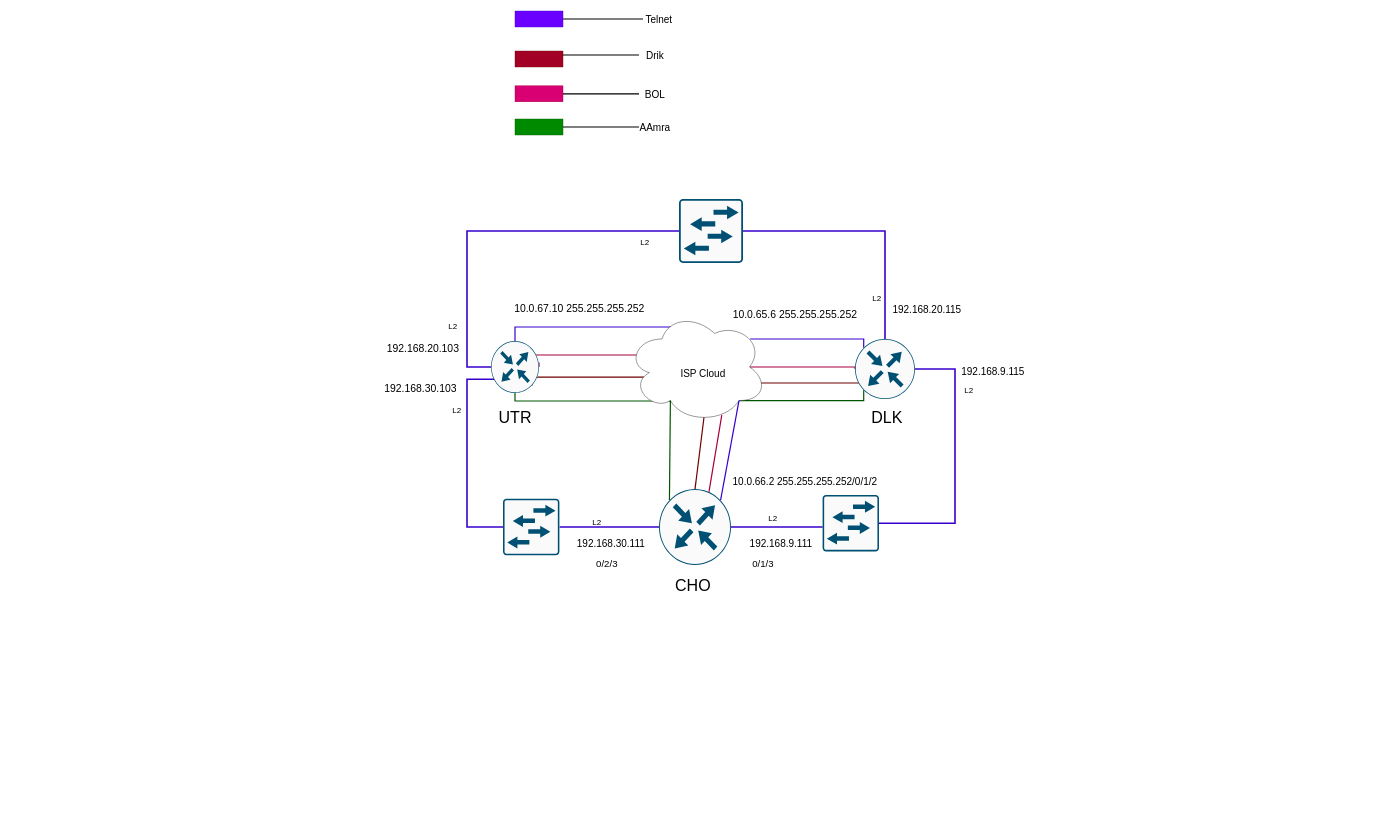
This is Untitled Diagram.drawio from touhidece/prtg-addons, a draw.io file, before an edit. Source tidied: cells renumbered, new cells numbered last; positions are measured from the earlier drawing's top-left corner, leaving out a move shared by most shapes. Both pictures are drawn from the tidied source at 40%, with x=0, y=0 at pixel (369, 7).
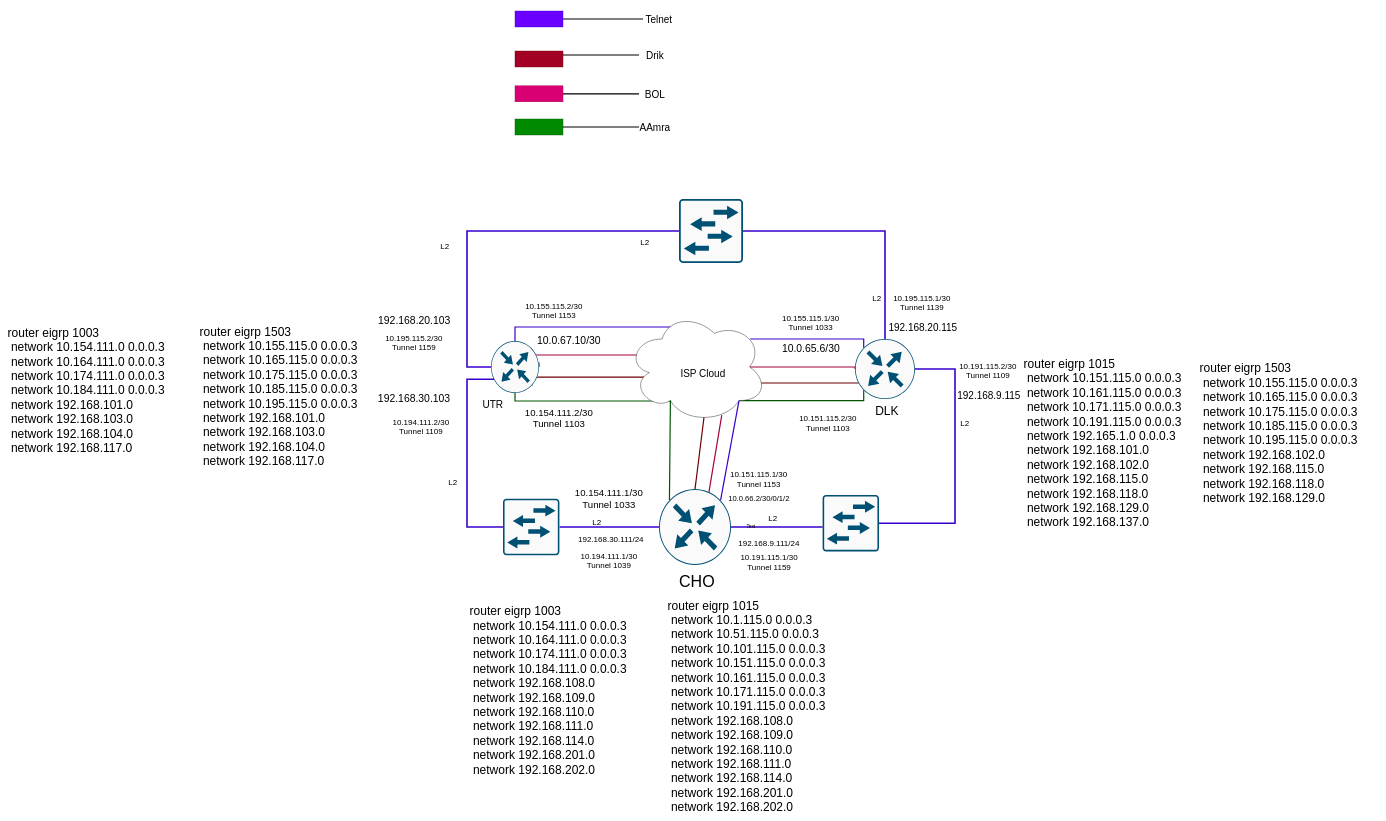
The same diagram, later.

Diff of the diagram source:
```diff
@@
     <mxCell id="28" value="&lt;font style=&quot;font-size: 40px&quot;&gt;CHO&lt;/font&gt;" style="text;html=1;strokeColor=none;fillColor=none;align=center;verticalAlign=middle;whiteSpace=wrap;rounded=0;" parent="1" vertex="1">
-      <mxGeometry x="765" y="1410" width="90" height="70" as="geometry" />
+      <mxGeometry x="775" y="1400" width="90" height="70" as="geometry" />
     </mxCell>
-    <mxCell id="29" value="&lt;font style=&quot;font-size: 40px&quot;&gt;DLK&lt;/font&gt;" style="text;html=1;strokeColor=none;fillColor=none;align=center;verticalAlign=middle;whiteSpace=wrap;rounded=0;" parent="1" vertex="1">
-      <mxGeometry x="1245" y="990" width="100" height="70" as="geometry" />
+    <mxCell id="29" value="&lt;font style=&quot;font-size: 30px&quot;&gt;DLK&lt;/font&gt;" style="text;html=1;strokeColor=none;fillColor=none;align=center;verticalAlign=middle;whiteSpace=wrap;rounded=0;" parent="1" vertex="1">
+      <mxGeometry x="1245" y="990" width="100" height="40" as="geometry" />
     </mxCell>
-    <mxCell id="30" value="&lt;font style=&quot;font-size: 40px&quot;&gt;UTR&lt;/font&gt;" style="text;html=1;strokeColor=none;fillColor=none;align=center;verticalAlign=middle;whiteSpace=wrap;rounded=0;" parent="1" vertex="1">
-      <mxGeometry x="315.5" y="995" width="99" height="60" as="geometry" />
+    <mxCell id="30" value="&lt;font style=&quot;font-size: 25px&quot;&gt;UTR&lt;/font&gt;" style="text;html=1;strokeColor=none;fillColor=none;align=center;verticalAlign=middle;whiteSpace=wrap;rounded=0;" parent="1" vertex="1">
+      <mxGeometry x="269.5" y="980" width="79.5" height="25" as="geometry" />
     </mxCell>
     <mxCell id="31" value="&lt;font style=&quot;font-size: 20px&quot;&gt;L2&lt;/font&gt;" style="text;html=1;strokeColor=none;fillColor=none;align=center;verticalAlign=middle;whiteSpace=wrap;rounded=0;" parent="1" vertex="1">
-      <mxGeometry x="1475" y="940" width="50" height="35" as="geometry" />
+      <mxGeometry x="1465" y="1022.5" width="50" height="35" as="geometry" />
     </mxCell>
@@
     <mxCell id="34" value="&lt;font style=&quot;font-size: 20px&quot;&gt;L2&lt;/font&gt;" style="text;html=1;strokeColor=none;fillColor=none;align=center;verticalAlign=middle;whiteSpace=wrap;rounded=0;" parent="1" vertex="1">
-      <mxGeometry x="195" y="989" width="50" height="35" as="geometry" />
+      <mxGeometry x="185" y="1170" width="50" height="35" as="geometry" />
     </mxCell>
     <mxCell id="35" value="&lt;font style=&quot;font-size: 20px&quot;&gt;L2&lt;/font&gt;" style="text;html=1;strokeColor=none;fillColor=none;align=center;verticalAlign=middle;whiteSpace=wrap;rounded=0;" parent="1" vertex="1">
-      <mxGeometry x="185" y="780" width="50" height="35" as="geometry" />
+      <mxGeometry x="165" y="580" width="50" height="35" as="geometry" />
     </mxCell>
@@
-    <mxCell id="50" value="&lt;font style=&quot;font-size: 25px&quot;&gt;192.168.9.111&lt;/font&gt;" style="text;html=1;strokeColor=none;fillColor=none;align=center;verticalAlign=middle;whiteSpace=wrap;rounded=0;strokeWidth=8;" parent="1" vertex="1">
-      <mxGeometry x="955" y="1321.5" width="150" height="39.5" as="geometry" />
+    <mxCell id="50" value="&lt;font style=&quot;font-size: 20px&quot;&gt;192.168.9.111/24&lt;/font&gt;" style="text;html=1;strokeColor=none;fillColor=none;align=center;verticalAlign=middle;whiteSpace=wrap;rounded=0;strokeWidth=8;" parent="1" vertex="1">
+      <mxGeometry x="925" y="1321.5" width="150" height="39.5" as="geometry" />
     </mxCell>
-    <mxCell id="51" value="&lt;font style=&quot;font-size: 24px&quot;&gt;0/1/3&lt;/font&gt;" style="text;html=1;strokeColor=none;fillColor=none;align=center;verticalAlign=middle;whiteSpace=wrap;rounded=0;" parent="1" vertex="1">
-      <mxGeometry x="965" y="1382" width="40" height="20" as="geometry" />
-    </mxCell>
-    <mxCell id="52" value="&lt;font style=&quot;font-size: 25px&quot;&gt;192.168.30.111&lt;/font&gt;" style="text;html=1;strokeColor=none;fillColor=none;align=center;verticalAlign=middle;whiteSpace=wrap;rounded=0;strokeWidth=8;" parent="1" vertex="1">
-      <mxGeometry x="515" y="1321.5" width="180" height="39.5" as="geometry" />
+    <mxCell id="52" value="&lt;font style=&quot;font-size: 20px&quot;&gt;&lt;font style=&quot;font-size: 20px&quot;&gt;192.168.30.111&lt;/font&gt;&lt;font style=&quot;font-size: 20px&quot;&gt;/24&lt;/font&gt;&lt;/font&gt;" style="text;html=1;strokeColor=none;fillColor=none;align=center;verticalAlign=middle;whiteSpace=wrap;rounded=0;strokeWidth=8;" parent="1" vertex="1">
+      <mxGeometry x="515" y="1310" width="180" height="39.5" as="geometry" />
     </mxCell>
-    <mxCell id="53" value="&lt;font style=&quot;font-size: 24px&quot;&gt;0/2/3&lt;/font&gt;" style="text;html=1;strokeColor=none;fillColor=none;align=center;verticalAlign=middle;whiteSpace=wrap;rounded=0;" parent="1" vertex="1">
-      <mxGeometry x="545" y="1382" width="100" height="20" as="geometry" />
-    </mxCell>
-    <mxCell id="54" value="&lt;span style=&quot;font-size: 25px&quot;&gt;10.0.66.2 255.255.255.252/&lt;/span&gt;&lt;span style=&quot;font-size: 25px&quot;&gt;0/1/2&lt;/span&gt;" style="text;html=1;strokeColor=none;fillColor=none;align=center;verticalAlign=middle;whiteSpace=wrap;rounded=0;strokeWidth=8;" parent="1" vertex="1">
-      <mxGeometry x="885" y="1165.5" width="410" height="39.5" as="geometry" />
+    <mxCell id="54" value="&lt;font style=&quot;font-size: 19px&quot;&gt;10.0.66.2/30/0/1/2&lt;/font&gt;" style="text;html=1;strokeColor=none;fillColor=none;align=center;verticalAlign=middle;whiteSpace=wrap;rounded=0;strokeWidth=8;" parent="1" vertex="1">
+      <mxGeometry x="895" y="1210" width="160" height="39.5" as="geometry" />
     </mxCell>
     <mxCell id="55" value="&lt;font style=&quot;font-size: 26px&quot;&gt;192.168.20.103&lt;/font&gt;" style="text;html=1;strokeColor=none;fillColor=none;align=center;verticalAlign=middle;whiteSpace=wrap;rounded=0;" parent="1" vertex="1">
-      <mxGeometry y="830" width="269.5" height="50" as="geometry" />
+      <mxGeometry x="10.5" y="768.5" width="204.5" height="30" as="geometry" />
     </mxCell>
     <mxCell id="56" value="&lt;span style=&quot;font-size: 26px&quot;&gt;192.168.30.103&lt;/span&gt;" style="text;html=1;strokeColor=none;fillColor=none;align=center;verticalAlign=middle;whiteSpace=wrap;rounded=0;" parent="1" vertex="1">
-      <mxGeometry x="21.5" y="930" width="213.5" height="50" as="geometry" />
+      <mxGeometry x="22.8" y="970" width="180" height="20" as="geometry" />
     </mxCell>
-    <mxCell id="57" value="&lt;span style=&quot;font-size: 26px&quot;&gt;10.0.67.10 255.255.255.252&lt;/span&gt;" style="text;html=1;strokeColor=none;fillColor=none;align=center;verticalAlign=middle;whiteSpace=wrap;rounded=0;" parent="1" vertex="1">
-      <mxGeometry x="315.5" y="730" width="419.5" height="50" as="geometry" />
+    <mxCell id="57" value="&lt;span style=&quot;font-size: 26px&quot;&gt;10.0.67.10/30&lt;/span&gt;" style="text;html=1;strokeColor=none;fillColor=none;align=center;verticalAlign=middle;whiteSpace=wrap;rounded=0;" parent="1" vertex="1">
+      <mxGeometry x="414.5" y="810" width="170" height="50" as="geometry" />
     </mxCell>
     <mxCell id="58" value="&lt;span style=&quot;font-size: 25px&quot;&gt;192.168.9.115&lt;/span&gt;" style="text;html=1;strokeColor=none;fillColor=none;align=center;verticalAlign=middle;whiteSpace=wrap;rounded=0;strokeWidth=8;" parent="1" vertex="1">
-      <mxGeometry x="1475" y="890.5" width="170" height="39.5" as="geometry" />
+      <mxGeometry x="1465" y="950.5" width="170" height="39.5" as="geometry" />
     </mxCell>
     <mxCell id="59" value="&lt;span style=&quot;font-size: 25px&quot;&gt;192.168.20.115&lt;/span&gt;" style="text;html=1;strokeColor=none;fillColor=none;align=center;verticalAlign=middle;whiteSpace=wrap;rounded=0;strokeWidth=8;" parent="1" vertex="1">
-      <mxGeometry x="1305" y="735.2" width="180" height="39.5" as="geometry" />
+      <mxGeometry x="1295" y="780" width="180" height="39.5" as="geometry" />
     </mxCell>
-    <mxCell id="60" value="&lt;span style=&quot;font-size: 26px&quot;&gt;10.0.65.6 255.255.255.252&lt;/span&gt;" style="text;html=1;strokeColor=none;fillColor=none;align=center;verticalAlign=middle;whiteSpace=wrap;rounded=0;" parent="1" vertex="1">
-      <mxGeometry x="855" y="745" width="419.5" height="50" as="geometry" />
+    <mxCell id="60" value="&lt;span style=&quot;font-size: 26px&quot;&gt;10.0.65.6/30&lt;/span&gt;" style="text;html=1;strokeColor=none;fillColor=none;align=center;verticalAlign=middle;whiteSpace=wrap;rounded=0;" parent="1" vertex="1">
+      <mxGeometry x="1015" y="830" width="179.5" height="50" as="geometry" />
     </mxCell>
+    <mxCell id="61" value="&lt;div style=&quot;font-size: 30px&quot;&gt;&lt;font style=&quot;font-size: 30px&quot;&gt;router eigrp 1003&lt;/font&gt;&lt;/div&gt;&lt;div style=&quot;font-size: 30px&quot;&gt;&lt;font style=&quot;font-size: 30px&quot;&gt;&amp;nbsp;network 10.154.111.0 0.0.0.3&lt;/font&gt;&lt;/div&gt;&lt;div style=&quot;font-size: 30px&quot;&gt;&lt;font style=&quot;font-size: 30px&quot;&gt;&amp;nbsp;network 10.164.111.0 0.0.0.3&lt;/font&gt;&lt;/div&gt;&lt;div style=&quot;font-size: 30px&quot;&gt;&lt;font style=&quot;font-size: 30px&quot;&gt;&amp;nbsp;network 10.174.111.0 0.0.0.3&lt;/font&gt;&lt;/div&gt;&lt;div style=&quot;font-size: 30px&quot;&gt;&lt;font style=&quot;font-size: 30px&quot;&gt;&amp;nbsp;network 10.184.111.0 0.0.0.3&lt;/font&gt;&lt;/div&gt;&lt;div style=&quot;font-size: 30px&quot;&gt;&lt;font style=&quot;font-size: 30px&quot;&gt;&amp;nbsp;network 192.168.108.0&lt;/font&gt;&lt;/div&gt;&lt;div style=&quot;font-size: 30px&quot;&gt;&lt;font style=&quot;font-size: 30px&quot;&gt;&amp;nbsp;network 192.168.109.0&lt;/font&gt;&lt;/div&gt;&lt;div style=&quot;font-size: 30px&quot;&gt;&lt;font style=&quot;font-size: 30px&quot;&gt;&amp;nbsp;network 192.168.110.0&lt;/font&gt;&lt;/div&gt;&lt;div style=&quot;font-size: 30px&quot;&gt;&lt;font style=&quot;font-size: 30px&quot;&gt;&amp;nbsp;network 192.168.111.0&lt;/font&gt;&lt;/div&gt;&lt;div style=&quot;font-size: 30px&quot;&gt;&lt;font style=&quot;font-size: 30px&quot;&gt;&amp;nbsp;network 192.168.114.0&lt;/font&gt;&lt;/div&gt;&lt;div style=&quot;font-size: 30px&quot;&gt;&lt;font style=&quot;font-size: 30px&quot;&gt;&amp;nbsp;network 192.168.201.0&lt;/font&gt;&lt;/div&gt;&lt;div style=&quot;font-size: 30px&quot;&gt;&lt;font style=&quot;font-size: 30px&quot;&gt;&amp;nbsp;network 192.168.202.0&lt;/font&gt;&lt;/div&gt;" style="text;html=1;strokeColor=none;fillColor=none;align=left;verticalAlign=middle;whiteSpace=wrap;rounded=0;" parent="1" vertex="1">
+      <mxGeometry x="250" y="1450" width="450" height="515" as="geometry" />
+    </mxCell>
+    <mxCell id="62" value="&lt;font&gt;&lt;span style=&quot;font-size: 24px&quot;&gt;10.154.111.1/30&lt;/span&gt;&lt;br&gt;&lt;span style=&quot;font-size: 24px&quot;&gt;Tunnel 1033&lt;/span&gt;&lt;br&gt;&lt;/font&gt;" style="text;html=1;strokeColor=none;fillColor=none;align=center;verticalAlign=middle;whiteSpace=wrap;rounded=0;" parent="1" vertex="1">
+      <mxGeometry x="510" y="1200" width="180" height="60" as="geometry" />
+    </mxCell>
+    <mxCell id="63" value="Text" style="text;html=1;strokeColor=none;fillColor=none;align=center;verticalAlign=middle;whiteSpace=wrap;rounded=0;" parent="1" vertex="1">
+      <mxGeometry x="935" y="1290" width="40" height="20" as="geometry" />
+    </mxCell>
+    <mxCell id="64" value="&lt;font style=&quot;font-size: 20px&quot;&gt;10.194.111.1/30&lt;br&gt;Tunnel 1039&lt;br&gt;&lt;/font&gt;" style="text;html=1;strokeColor=none;fillColor=none;align=center;verticalAlign=middle;whiteSpace=wrap;rounded=0;" parent="1" vertex="1">
+      <mxGeometry x="515" y="1358" width="170" height="52" as="geometry" />
+    </mxCell>
+    <mxCell id="65" value="&lt;font style=&quot;font-size: 20px&quot;&gt;&lt;span&gt;10.191.115.1/30&lt;/span&gt;&lt;br&gt;&lt;span&gt;Tunnel 1159&lt;/span&gt;&lt;br&gt;&lt;/font&gt;" style="text;html=1;strokeColor=none;fillColor=none;align=center;verticalAlign=middle;whiteSpace=wrap;rounded=0;" parent="1" vertex="1">
+      <mxGeometry x="917.5" y="1358" width="165" height="58.5" as="geometry" />
+    </mxCell>
+    <mxCell id="66" value="&lt;font style=&quot;font-size: 20px&quot;&gt;&lt;span&gt;10.151.115.1/30&lt;/span&gt;&lt;br&gt;&lt;span&gt;Tunnel 1153&lt;/span&gt;&lt;br&gt;&lt;/font&gt;" style="text;html=1;strokeColor=none;fillColor=none;align=center;verticalAlign=middle;whiteSpace=wrap;rounded=0;" parent="1" vertex="1">
+      <mxGeometry x="882.4" y="1150" width="185.2" height="60" as="geometry" />
+    </mxCell>
+    <mxCell id="67" value="&lt;font style=&quot;font-size: 20px&quot;&gt;&lt;span&gt;10.151.115.2/30&lt;/span&gt;&lt;br&gt;&lt;span&gt;Tunnel 1103&lt;/span&gt;&lt;br&gt;&lt;/font&gt;" style="text;html=1;strokeColor=none;fillColor=none;align=center;verticalAlign=middle;whiteSpace=wrap;rounded=0;" parent="1" vertex="1">
+      <mxGeometry x="1055" y="1010" width="185.2" height="60" as="geometry" />
+    </mxCell>
+    <mxCell id="68" value="&lt;font style=&quot;font-size: 20px&quot;&gt;&lt;span&gt;10.191.115.2/30&lt;/span&gt;&lt;br&gt;&lt;span&gt;Tunnel 1109&lt;/span&gt;&lt;br&gt;&lt;/font&gt;" style="text;html=1;strokeColor=none;fillColor=none;align=center;verticalAlign=middle;whiteSpace=wrap;rounded=0;" parent="1" vertex="1">
+      <mxGeometry x="1465" y="880" width="165" height="58.5" as="geometry" />
+    </mxCell>
+    <mxCell id="69" value="&lt;font&gt;&lt;span style=&quot;font-size: 20px&quot;&gt;10.195.115.1/30&lt;/span&gt;&lt;br&gt;&lt;span style=&quot;font-size: 20px&quot;&gt;Tunnel 1139&lt;/span&gt;&lt;br&gt;&lt;/font&gt;" style="text;html=1;strokeColor=none;fillColor=none;align=center;verticalAlign=middle;whiteSpace=wrap;rounded=0;" parent="1" vertex="1">
+      <mxGeometry x="1300" y="710" width="165" height="58.5" as="geometry" />
+    </mxCell>
+    <mxCell id="70" value="&lt;font&gt;&lt;span style=&quot;font-size: 20px&quot;&gt;10.155.115.1/30&lt;/span&gt;&lt;br&gt;&lt;span style=&quot;font-size: 20px&quot;&gt;Tunnel 1033&lt;/span&gt;&lt;br&gt;&lt;/font&gt;" style="text;html=1;strokeColor=none;fillColor=none;align=center;verticalAlign=middle;whiteSpace=wrap;rounded=0;" parent="1" vertex="1">
+      <mxGeometry x="1022.2" y="760" width="165" height="58.5" as="geometry" />
+    </mxCell>
+    <mxCell id="71" value="&lt;font&gt;&lt;span style=&quot;font-size: 20px&quot;&gt;10.155.115.2/30&lt;/span&gt;&lt;br&gt;&lt;span style=&quot;font-size: 20px&quot;&gt;Tunnel 1153&lt;/span&gt;&lt;br&gt;&lt;/font&gt;" style="text;html=1;strokeColor=none;fillColor=none;align=center;verticalAlign=middle;whiteSpace=wrap;rounded=0;" parent="1" vertex="1">
+      <mxGeometry x="380" y="730" width="165" height="58.5" as="geometry" />
+    </mxCell>
+    <mxCell id="72" value="&lt;font&gt;&lt;span style=&quot;font-size: 24px&quot;&gt;10.154.111.2/30&lt;/span&gt;&lt;br&gt;&lt;span style=&quot;font-size: 24px&quot;&gt;Tunnel 1103&lt;/span&gt;&lt;br&gt;&lt;/font&gt;" style="text;html=1;strokeColor=none;fillColor=none;align=center;verticalAlign=middle;whiteSpace=wrap;rounded=0;" parent="1" vertex="1">
+      <mxGeometry x="385" y="997.5" width="180" height="60" as="geometry" />
+    </mxCell>
+    <mxCell id="73" value="&lt;font style=&quot;font-size: 20px&quot;&gt;10.194.111.2/30&lt;br&gt;Tunnel 1109&lt;br&gt;&lt;/font&gt;" style="text;html=1;strokeColor=none;fillColor=none;align=center;verticalAlign=middle;whiteSpace=wrap;rounded=0;" parent="1" vertex="1">
+      <mxGeometry x="45" y="1022.5" width="170" height="52" as="geometry" />
+    </mxCell>
+    <mxCell id="74" value="&lt;font&gt;&lt;span style=&quot;font-size: 20px&quot;&gt;10.195.115.2/30&lt;/span&gt;&lt;br&gt;&lt;span style=&quot;font-size: 20px&quot;&gt;Tunnel 1159&lt;/span&gt;&lt;br&gt;&lt;/font&gt;" style="text;html=1;strokeColor=none;fillColor=none;align=center;verticalAlign=middle;whiteSpace=wrap;rounded=0;" parent="1" vertex="1">
+      <mxGeometry x="30.2" y="810" width="165" height="58.5" as="geometry" />
+    </mxCell>
+    <mxCell id="75" value="&lt;div style=&quot;font-size: 30px&quot;&gt;&lt;div&gt;router eigrp 1015&lt;/div&gt;&lt;div&gt;&amp;nbsp;network 10.1.115.0 0.0.0.3&lt;/div&gt;&lt;div&gt;&amp;nbsp;network 10.51.115.0 0.0.0.3&lt;/div&gt;&lt;div&gt;&amp;nbsp;network 10.101.115.0 0.0.0.3&lt;/div&gt;&lt;div&gt;&amp;nbsp;network 10.151.115.0 0.0.0.3&lt;/div&gt;&lt;div&gt;&amp;nbsp;network 10.161.115.0 0.0.0.3&lt;/div&gt;&lt;div&gt;&amp;nbsp;network 10.171.115.0 0.0.0.3&lt;/div&gt;&lt;div&gt;&amp;nbsp;network 10.191.115.0 0.0.0.3&lt;/div&gt;&lt;div&gt;&amp;nbsp;network 192.168.108.0&lt;/div&gt;&lt;div&gt;&amp;nbsp;network 192.168.109.0&lt;/div&gt;&lt;div&gt;&amp;nbsp;network 192.168.110.0&lt;/div&gt;&lt;div&gt;&amp;nbsp;network 192.168.111.0&lt;/div&gt;&lt;div&gt;&amp;nbsp;network 192.168.114.0&lt;/div&gt;&lt;div&gt;&amp;nbsp;network 192.168.201.0&lt;/div&gt;&lt;div&gt;&amp;nbsp;network 192.168.202.0&lt;/div&gt;&lt;/div&gt;" style="text;html=1;strokeColor=none;fillColor=none;align=left;verticalAlign=middle;whiteSpace=wrap;rounded=0;" parent="1" vertex="1">
+      <mxGeometry x="744.5" y="1490" width="450" height="515" as="geometry" />
+    </mxCell>
+    <mxCell id="76" value="&lt;div style=&quot;font-size: 30px&quot;&gt;&lt;div&gt;router eigrp 1015&lt;/div&gt;&lt;div&gt;&amp;nbsp;network 10.151.115.0 0.0.0.3&lt;/div&gt;&lt;div&gt;&amp;nbsp;network 10.161.115.0 0.0.0.3&lt;/div&gt;&lt;div&gt;&amp;nbsp;network 10.171.115.0 0.0.0.3&lt;/div&gt;&lt;div&gt;&amp;nbsp;network 10.191.115.0 0.0.0.3&lt;/div&gt;&lt;div&gt;&amp;nbsp;network 192.165.1.0 0.0.0.3&lt;/div&gt;&lt;div&gt;&amp;nbsp;network 192.168.101.0&lt;/div&gt;&lt;div&gt;&amp;nbsp;network 192.168.102.0&lt;/div&gt;&lt;div&gt;&amp;nbsp;network 192.168.115.0&lt;/div&gt;&lt;div&gt;&amp;nbsp;network 192.168.118.0&lt;/div&gt;&lt;div&gt;&amp;nbsp;network 192.168.129.0&lt;/div&gt;&lt;div&gt;&amp;nbsp;network 192.168.137.0&lt;/div&gt;&lt;/div&gt;" style="text;html=1;strokeColor=none;fillColor=none;align=left;verticalAlign=middle;whiteSpace=wrap;rounded=0;" parent="1" vertex="1">
+      <mxGeometry x="1635" y="850" width="450" height="480" as="geometry" />
+    </mxCell>
+    <mxCell id="77" value="&lt;div style=&quot;font-size: 30px&quot;&gt;&lt;div&gt;router eigrp 1503&lt;/div&gt;&lt;div&gt;&amp;nbsp;network 10.155.115.0 0.0.0.3&lt;/div&gt;&lt;div&gt;&amp;nbsp;network 10.165.115.0 0.0.0.3&lt;/div&gt;&lt;div&gt;&amp;nbsp;network 10.175.115.0 0.0.0.3&lt;/div&gt;&lt;div&gt;&amp;nbsp;network 10.185.115.0 0.0.0.3&lt;/div&gt;&lt;div&gt;&amp;nbsp;network 10.195.115.0 0.0.0.3&lt;/div&gt;&lt;div&gt;&amp;nbsp;network 192.168.102.0&lt;/div&gt;&lt;div&gt;&amp;nbsp;network 192.168.115.0&lt;/div&gt;&lt;div&gt;&amp;nbsp;network 192.168.118.0&lt;/div&gt;&lt;div&gt;&amp;nbsp;network 192.168.129.0&lt;/div&gt;&lt;/div&gt;" style="text;html=1;strokeColor=none;fillColor=none;align=left;verticalAlign=middle;whiteSpace=wrap;rounded=0;" parent="1" vertex="1">
+      <mxGeometry x="2075" y="860" width="450" height="410" as="geometry" />
+    </mxCell>
+    <mxCell id="78" value="&lt;div style=&quot;font-size: 30px&quot;&gt;&lt;div&gt;router eigrp 1503&lt;/div&gt;&lt;div&gt;&amp;nbsp;network 10.155.115.0 0.0.0.3&lt;/div&gt;&lt;div&gt;&amp;nbsp;network 10.165.115.0 0.0.0.3&lt;/div&gt;&lt;div&gt;&amp;nbsp;network 10.175.115.0 0.0.0.3&lt;/div&gt;&lt;div&gt;&amp;nbsp;network 10.185.115.0 0.0.0.3&lt;/div&gt;&lt;div&gt;&amp;nbsp;network 10.195.115.0 0.0.0.3&lt;/div&gt;&lt;div&gt;&amp;nbsp;network 192.168.101.0&lt;/div&gt;&lt;div&gt;&amp;nbsp;network 192.168.103.0&lt;/div&gt;&lt;div&gt;&amp;nbsp;network 192.168.104.0&lt;/div&gt;&lt;div&gt;&amp;nbsp;network 192.168.117.0&lt;/div&gt;&lt;/div&gt;" style="text;html=1;strokeColor=none;fillColor=none;align=left;verticalAlign=middle;whiteSpace=wrap;rounded=0;" parent="1" vertex="1">
+      <mxGeometry x="-425" y="745" width="450" height="455" as="geometry" />
+    </mxCell>
+    <mxCell id="79" value="&lt;div style=&quot;font-size: 30px&quot;&gt;&lt;div&gt;router eigrp 1003&lt;/div&gt;&lt;div&gt;&amp;nbsp;network 10.154.111.0 0.0.0.3&lt;/div&gt;&lt;div&gt;&amp;nbsp;network 10.164.111.0 0.0.0.3&lt;/div&gt;&lt;div&gt;&amp;nbsp;network 10.174.111.0 0.0.0.3&lt;/div&gt;&lt;div&gt;&amp;nbsp;network 10.184.111.0 0.0.0.3&lt;/div&gt;&lt;div&gt;&amp;nbsp;network 192.168.101.0&lt;/div&gt;&lt;div&gt;&amp;nbsp;network 192.168.103.0&lt;/div&gt;&lt;div&gt;&amp;nbsp;network 192.168.104.0&lt;/div&gt;&lt;div&gt;&amp;nbsp;network 192.168.117.0&lt;/div&gt;&lt;/div&gt;" style="text;html=1;strokeColor=none;fillColor=none;align=left;verticalAlign=middle;whiteSpace=wrap;rounded=0;" parent="1" vertex="1">
+      <mxGeometry x="-905" y="730" width="450" height="455" as="geometry" />
+    </mxCell>
```
